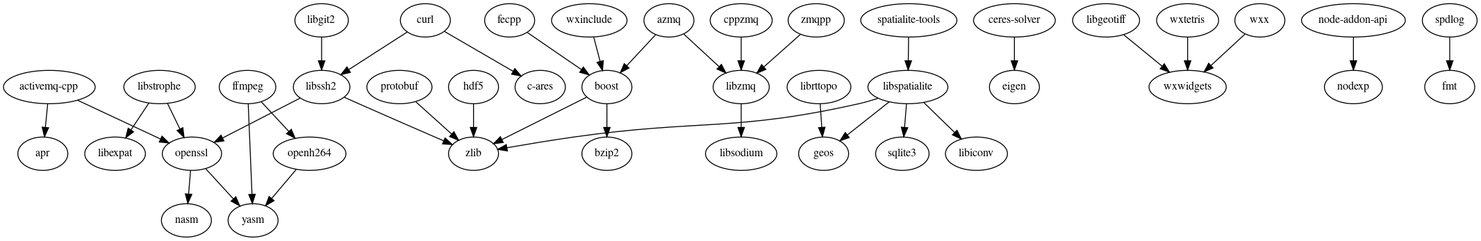
This is cmake/deps.png from externpro/externpro, a Graphviz export, as it was before one commit. Its source is kept beside it as cmake/deps.dot.
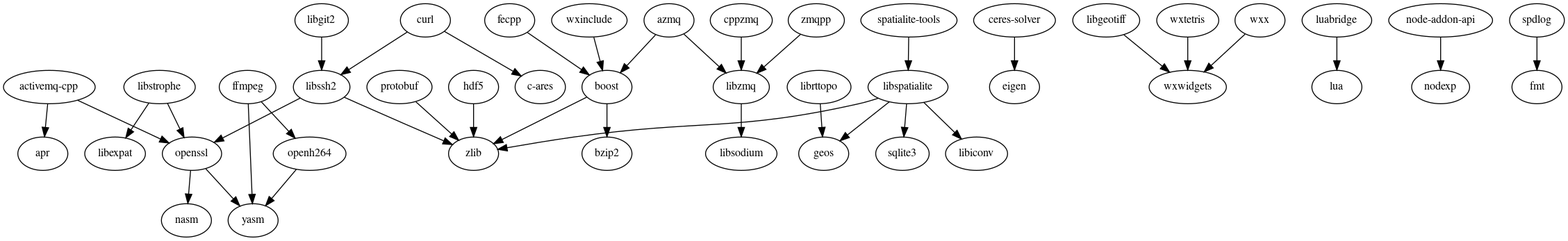
The same file after the commit.

Commit message:
luabridge v2.10.3 from github/externpro

Diff of the diagram source:
```diff
@@ -26,6 +26,7 @@
   "libstrophe" -> "libexpat";
   "libstrophe" -> "openssl";
   "libzmq" -> "libsodium";
+  "luabridge" -> "lua";
   "node-addon-api" -> "nodexp";
   "openh264" -> "yasm";
   "openssl" -> "nasm";
```
